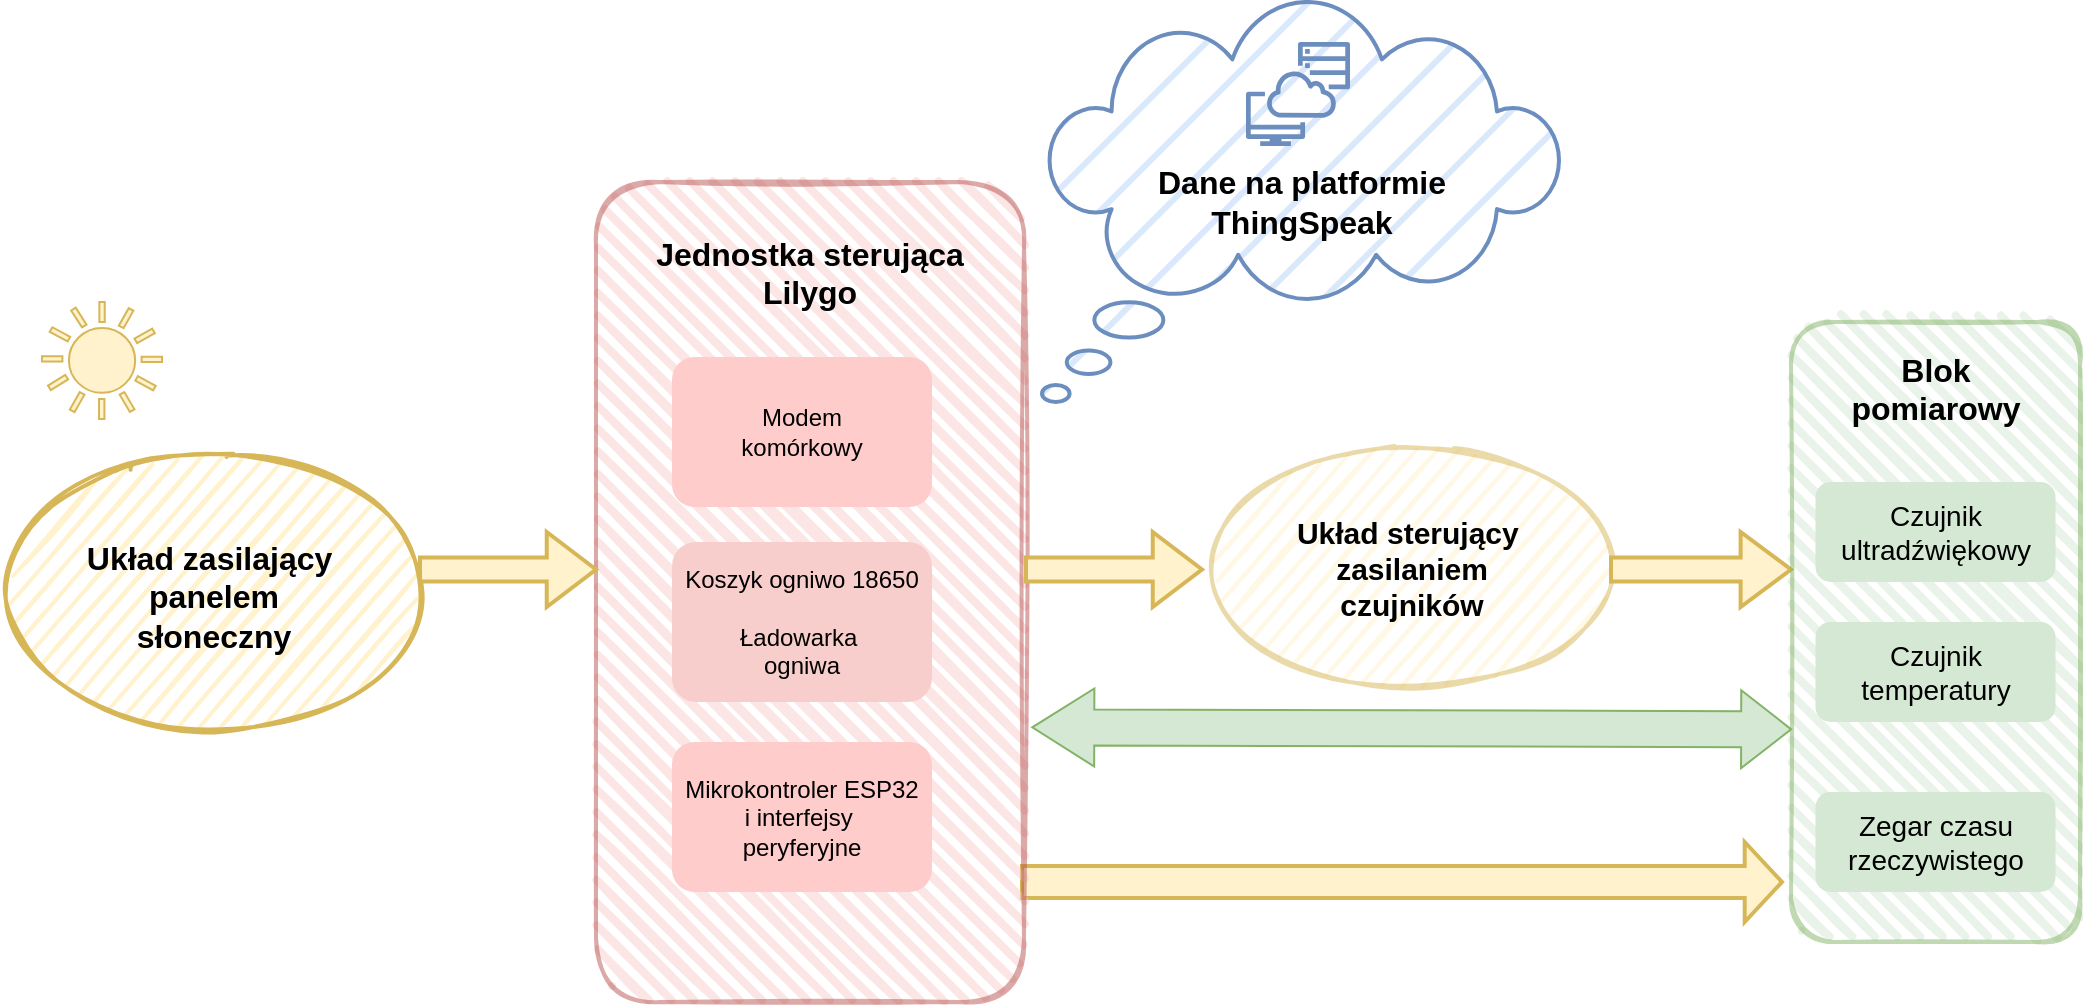
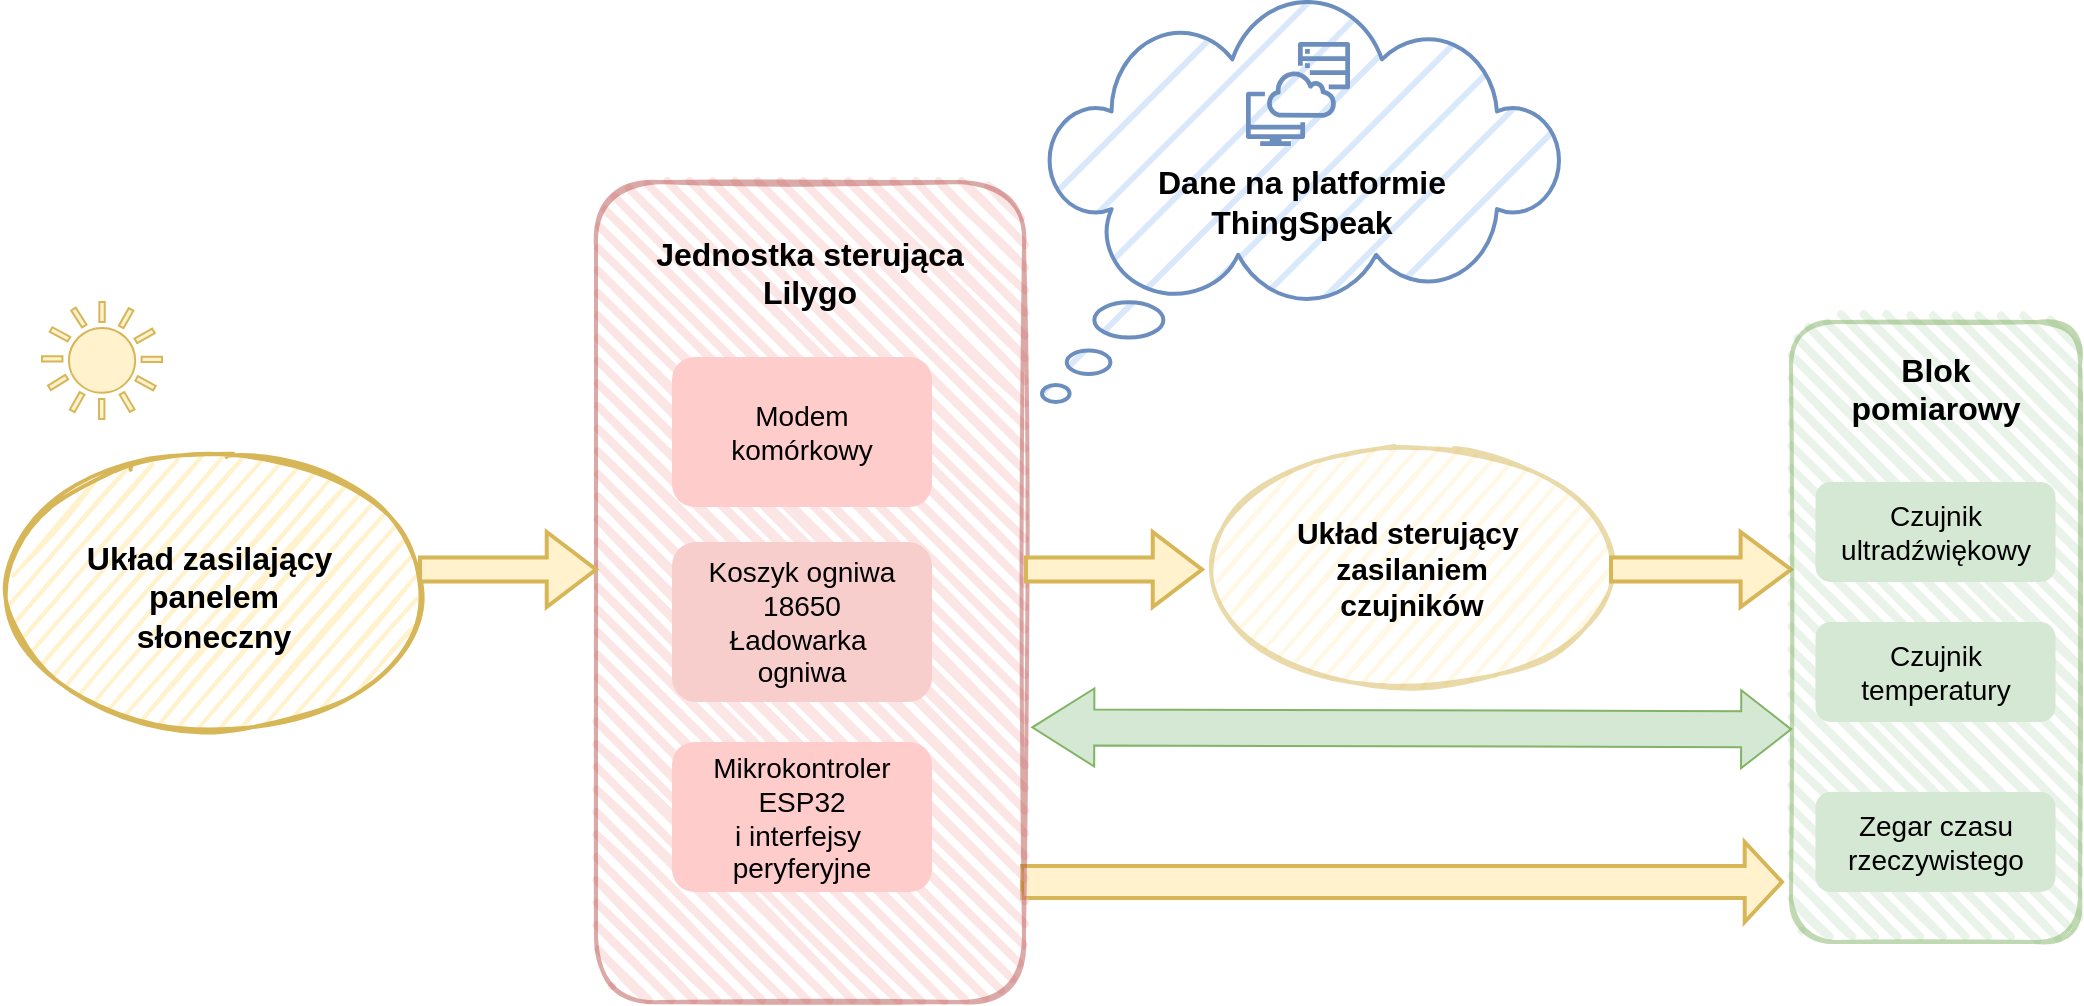
<mxfile host="app.diagrams.net">
  <diagram name="Strona-1" id="ZkCLLlvlZTiGhxD7y0eD">
    <mxGraphModel dx="734" dy="1212" grid="1" gridSize="10" guides="1" tooltips="1" connect="1" arrows="0" fold="1" page="1" pageScale="1" pageWidth="827" pageHeight="1169" math="0" shadow="0">
      <root>
        <mxCell id="0" />
        <mxCell id="1" parent="0" />
        <mxCell id="91EkcE3siZvczleI5p3w-54" parent="1" style="whiteSpace=wrap;html=1;shape=mxgraph.basic.cloud_callout;fillColor=#dae8fc;strokeColor=#6c8ebf;fillStyle=hatch;strokeWidth=2;" value="&lt;div&gt;&lt;font size=&quot;3&quot;&gt;&lt;b&gt;Dane na platformie&lt;/b&gt;&lt;/font&gt;&lt;/div&gt;&lt;div&gt;&lt;font size=&quot;3&quot;&gt;&lt;b&gt;&amp;nbsp;ThingSpeak&amp;nbsp;&lt;/b&gt;&lt;/font&gt;&lt;/div&gt;" vertex="1">
          <mxGeometry height="200" width="260" x="530" y="40" as="geometry" />
        </mxCell>
        <mxCell id="91EkcE3siZvczleI5p3w-46" parent="1" style="shape=singleArrow;whiteSpace=wrap;html=1;strokeWidth=2;arrowWidth=0.3998467763264927;arrowSize=0.04909051593981321;fillColor=#fff2cc;strokeColor=#d6b656;" value="" vertex="1">
          <mxGeometry height="40" width="380" x="520" y="460" as="geometry" />
        </mxCell>
        <mxCell id="UAClC48sAYUmzBQqjx6y-2" parent="1" style="rounded=1;whiteSpace=wrap;html=1;strokeWidth=2;fillWeight=4;hachureGap=8;hachureAngle=45;sketch=1;rotation=0;fillColor=#f8cecc;strokeColor=#b85450;opacity=50;" value="" vertex="1">
          <mxGeometry height="410" width="214" x="307" y="130" as="geometry" />
        </mxCell>
        <mxCell id="UAClC48sAYUmzBQqjx6y-7" parent="1" style="ellipse;whiteSpace=wrap;html=1;strokeWidth=2;fillWeight=2;hachureGap=8;fillStyle=dots;sketch=1;fillColor=#fff2cc;strokeColor=#d6b656;opacity=50;fontSize=15;" value="&lt;b&gt;Układ sterujący&amp;nbsp;&lt;/b&gt;&lt;div&gt;&lt;b&gt;zasilaniem&lt;/b&gt;&lt;div&gt;&lt;b&gt;czujników&lt;/b&gt;&lt;br&gt;&lt;/div&gt;&lt;/div&gt;" vertex="1">
          <mxGeometry height="115" width="210" x="610" y="265" as="geometry" />
        </mxCell>
        <mxCell id="UAClC48sAYUmzBQqjx6y-8" parent="1" style="shape=singleArrow;whiteSpace=wrap;html=1;strokeWidth=2;arrowWidth=0.3220587836371521;arrowSize=0.2799470618325471;fillColor=#fff2cc;strokeColor=#d6b656;" value="" vertex="1">
          <mxGeometry height="37.5" width="88" x="522" y="305" as="geometry" />
        </mxCell>
        <mxCell id="UAClC48sAYUmzBQqjx6y-15" parent="1" style="shape=singleArrow;whiteSpace=wrap;html=1;strokeWidth=2;arrowWidth=0.3220587836371521;arrowSize=0.2799470618325471;fillColor=#fff2cc;strokeColor=#d6b656;" value="" vertex="1">
          <mxGeometry height="37.5" width="90" x="814.5" y="305" as="geometry" />
        </mxCell>
        <mxCell id="UAClC48sAYUmzBQqjx6y-14" parent="1" style="ellipse;whiteSpace=wrap;html=1;strokeWidth=2;fillWeight=2;hachureGap=8;fillStyle=dots;sketch=1;fillColor=#fff2cc;strokeColor=#d6b656;" value="&lt;div&gt;&lt;b&gt;&lt;font style=&quot;font-size: 16px;&quot;&gt;&lt;br&gt;&lt;/font&gt;&lt;/b&gt;&lt;/div&gt;&lt;b&gt;&lt;font style=&quot;font-size: 16px;&quot;&gt;Układ zasilający&amp;nbsp;&lt;/font&gt;&lt;/b&gt;&lt;div&gt;&lt;b&gt;&lt;font style=&quot;font-size: 16px;&quot;&gt;panelem&lt;/font&gt;&lt;/b&gt;&lt;div&gt;&lt;b&gt;&lt;font style=&quot;font-size: 16px;&quot;&gt;słoneczny&lt;/font&gt;&lt;/b&gt;&lt;/div&gt;&lt;div&gt;&lt;br&gt;&lt;/div&gt;&lt;/div&gt;" vertex="1">
          <mxGeometry height="140" width="212" x="10" y="265" as="geometry" />
        </mxCell>
        <mxCell id="UAClC48sAYUmzBQqjx6y-16" parent="1" style="rounded=1;whiteSpace=wrap;html=1;strokeWidth=2;fillWeight=4;hachureGap=8;hachureAngle=45;sketch=1;rotation=0;fillColor=#d5e8d4;strokeColor=#82b366;opacity=50;" value="&lt;div&gt;&lt;br&gt;&lt;/div&gt;" vertex="1">
          <mxGeometry height="310" width="144.5" x="904.5" y="200" as="geometry" />
        </mxCell>
-         <mxCell id="UAClC48sAYUmzBQqjx6y-17" parent="1" style="shape=ext;double=1;rounded=1;whiteSpace=wrap;html=1;fillColor=#f8cecc;strokeColor=none;" value="Koszyk ogniwo 18650&lt;div&gt;&lt;div&gt;&lt;span style=&quot;font-size: 12px;&quot;&gt;&lt;br&gt;&lt;/span&gt;&lt;/div&gt;&lt;div&gt;&lt;span style=&quot;font-size: 12px;&quot;&gt;Ładowarka&amp;nbsp;&lt;/span&gt;&lt;/div&gt;&lt;div&gt;ogniwa&lt;/div&gt;&lt;/div&gt;" vertex="1">
+         <mxCell id="UAClC48sAYUmzBQqjx6y-17" parent="1" style="shape=ext;double=1;rounded=1;whiteSpace=wrap;html=1;fillColor=#f8cecc;strokeColor=none;fontSize=14;" value="Koszyk ogniwa 18650&lt;div&gt;&lt;div&gt;Ładowarka&amp;nbsp;&lt;br&gt;&lt;/div&gt;&lt;div&gt;ogniwa&lt;/div&gt;&lt;/div&gt;" vertex="1">
          <mxGeometry height="80" width="130" x="345" y="310" as="geometry" />
        </mxCell>
        <mxCell id="UAClC48sAYUmzBQqjx6y-18" parent="1" style="sketch=0;outlineConnect=0;fillColor=#6C8EBF;strokeColor=#6c8ebf;dashed=0;verticalLabelPosition=bottom;verticalAlign=top;align=center;html=1;fontSize=12;fontStyle=0;aspect=fixed;pointerEvents=1;shape=mxgraph.aws4.systems_manager_session_manager;strokeWidth=4;" value="" vertex="1">
          <mxGeometry height="52" width="52" x="632" y="60" as="geometry" />
        </mxCell>
-         <mxCell id="UAClC48sAYUmzBQqjx6y-20" parent="1" style="shape=ext;double=1;rounded=1;whiteSpace=wrap;html=1;fillColor=#ffcccc;strokeColor=none;" value="Mikrokontroler ESP32&lt;div&gt;i interfejsy&amp;nbsp;&lt;/div&gt;&lt;div&gt;peryferyjne&lt;/div&gt;" vertex="1">
+         <mxCell id="UAClC48sAYUmzBQqjx6y-20" parent="1" style="shape=ext;double=1;rounded=1;whiteSpace=wrap;html=1;fillColor=#ffcccc;strokeColor=none;fontSize=14;" value="Mikrokontroler ESP32&lt;div&gt;i interfejsy&amp;nbsp;&lt;/div&gt;&lt;div&gt;peryferyjne&lt;/div&gt;" vertex="1">
          <mxGeometry height="75" width="130" x="345" y="410" as="geometry" />
        </mxCell>
        <mxCell id="91EkcE3siZvczleI5p3w-1" parent="1" style="shape=mxgraph.signs.nature.sun_4;html=1;pointerEvents=1;fillColor=#fff2cc;strokeColor=#d6b656;verticalLabelPosition=bottom;verticalAlign=top;align=center;" value="" vertex="1">
          <mxGeometry height="58.5" width="60" x="30" y="190" as="geometry" />
        </mxCell>
        <mxCell id="91EkcE3siZvczleI5p3w-37" parent="1" style="text;whiteSpace=wrap;html=1;fontSize=16;align=center;" value="&lt;b style=&quot;caret-color: rgb(0, 0, 0); color: rgb(0, 0, 0); font-family: Helvetica; font-style: normal; font-variant-caps: normal; letter-spacing: normal; orphans: 2; text-indent: 0px; text-transform: none; white-space: normal; widows: 2; word-spacing: 0px; -webkit-text-stroke-width: 0px; text-decoration-line: none; text-decoration-thickness: auto; text-decoration-style: solid;&quot;&gt;Jednostka sterująca Lilygo&lt;/b&gt;" vertex="1">
          <mxGeometry height="40" width="190" x="319" y="150" as="geometry" />
        </mxCell>
        <mxCell id="91EkcE3siZvczleI5p3w-38" parent="1" style="text;whiteSpace=wrap;html=1;fontStyle=1;fontColor=light-dark(#000000, #6fc76f);fontSize=16;align=center;" value="&lt;span style=&quot;caret-color: rgb(0, 0, 0); font-family: Helvetica; font-style: normal; font-variant-caps: normal; letter-spacing: normal; orphans: 2; text-indent: 0px; text-transform: none; white-space: normal; widows: 2; word-spacing: 0px; -webkit-text-stroke-width: 0px; text-decoration: none; float: none; display: inline !important;&quot;&gt;Blok&lt;/span&gt;&lt;div&gt;&lt;span style=&quot;caret-color: rgb(0, 0, 0); font-family: Helvetica; font-style: normal; font-variant-caps: normal; letter-spacing: normal; orphans: 2; text-indent: 0px; text-transform: none; white-space: normal; widows: 2; word-spacing: 0px; -webkit-text-stroke-width: 0px; text-decoration: none; float: none; display: inline !important;&quot;&gt;&amp;nbsp;pomiarowy&amp;nbsp;&lt;/span&gt;&lt;/div&gt;" vertex="1">
          <mxGeometry height="40" width="130" x="911.75" y="208" as="geometry" />
        </mxCell>
        <mxCell id="91EkcE3siZvczleI5p3w-45" edge="1" parent="1" source="UAClC48sAYUmzBQqjx6y-2" style="endArrow=classic;startArrow=classic;html=1;rounded=0;shape=flexArrow;entryX=0.004;entryY=0.657;entryDx=0;entryDy=0;entryPerimeter=0;fillColor=#d5e8d4;strokeColor=#82b366;width=18;endSize=8;startSize=10;exitX=1.017;exitY=0.665;exitDx=0;exitDy=0;exitPerimeter=0;" target="UAClC48sAYUmzBQqjx6y-16" value="">
          <mxGeometry height="50" relative="1" width="50" as="geometry">
            <mxPoint x="520.81" y="409.99999999999994" as="sourcePoint" />
            <mxPoint x="969.0029999999997" y="410.41999999999996" as="targetPoint" />
          </mxGeometry>
        </mxCell>
-         <mxCell id="91EkcE3siZvczleI5p3w-47" parent="1" style="shape=ext;double=1;rounded=1;whiteSpace=wrap;html=1;fillColor=#ffcccc;strokeColor=none;" value="Modem&lt;div&gt;komórkowy&lt;/div&gt;" vertex="1">
+         <mxCell id="91EkcE3siZvczleI5p3w-47" parent="1" style="shape=ext;double=1;rounded=1;whiteSpace=wrap;html=1;fillColor=#ffcccc;strokeColor=none;fontSize=14;" value="Modem&lt;div&gt;komórkowy&lt;/div&gt;" vertex="1">
          <mxGeometry height="75" width="130" x="345" y="217.5" as="geometry" />
        </mxCell>
        <mxCell id="91EkcE3siZvczleI5p3w-51" parent="1" style="shape=ext;double=1;rounded=1;whiteSpace=wrap;html=1;fillColor=#d5e8d4;strokeColor=none;" value="&lt;span style=&quot;font-size: 14px;&quot;&gt;Czujnik ultradźwiękowy&lt;/span&gt;" vertex="1">
          <mxGeometry height="50" width="120" x="916.75" y="280" as="geometry" />
        </mxCell>
        <mxCell id="91EkcE3siZvczleI5p3w-52" parent="1" style="shape=ext;double=1;rounded=1;whiteSpace=wrap;html=1;fillColor=#d5e8d4;strokeColor=none;" value="&lt;span style=&quot;font-size: 14px;&quot;&gt;Czujnik temperatury&lt;/span&gt;" vertex="1">
          <mxGeometry height="50" width="120" x="916.75" y="350" as="geometry" />
        </mxCell>
        <mxCell id="91EkcE3siZvczleI5p3w-53" parent="1" style="shape=ext;double=1;rounded=1;whiteSpace=wrap;html=1;fillColor=#d5e8d4;strokeColor=none;" value="&lt;span style=&quot;font-size: 14px;&quot;&gt;Zegar czasu rzeczywistego&lt;/span&gt;" vertex="1">
          <mxGeometry height="50" width="120" x="916.75" y="435" as="geometry" />
        </mxCell>
        <mxCell id="91EkcE3siZvczleI5p3w-59" parent="1" style="shape=singleArrow;whiteSpace=wrap;html=1;strokeWidth=2;arrowWidth=0.3220587836371521;arrowSize=0.2799470618325471;fillColor=#fff2cc;strokeColor=#d6b656;" value="" vertex="1">
          <mxGeometry height="37.5" width="88" x="219" y="305" as="geometry" />
        </mxCell>
      </root>
    </mxGraphModel>
  </diagram>
</mxfile>
